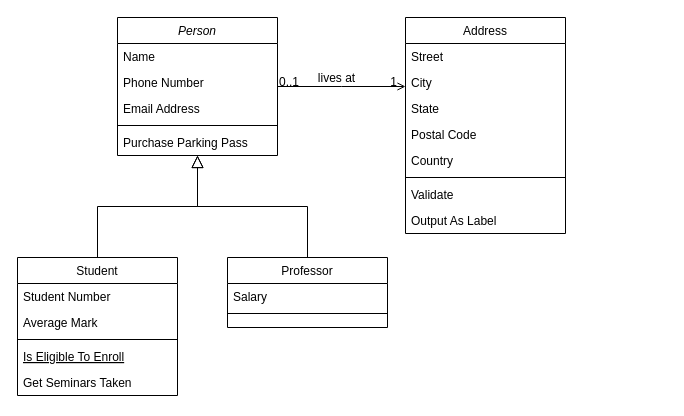
This is Untitled Diagram.drawio from NemoNology/OOP_ADT_Notebook_BAS, a draw.io file, before an edit. Source tidied: cells renumbered, new cells numbered last; positions are measured from the earlier drawing's top-left corner, leaving out a move shared by most shapes. Both pictures are drawn from the tidied source at 100%, with x=0, y=0 at pixel (17, 17).
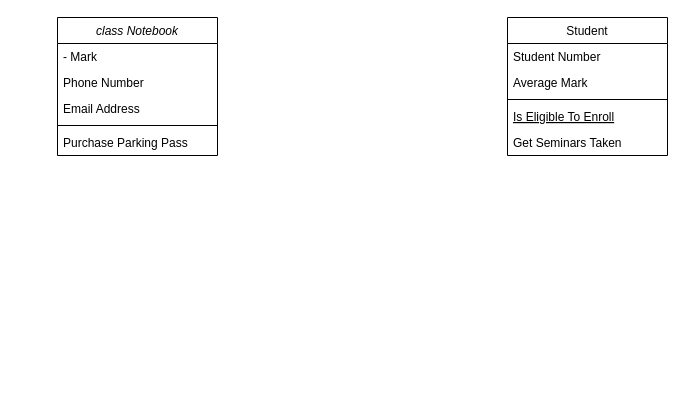
The same page after the edit.

What changed in the source:
```diff
@@
-    <mxCell id="2" value="Person" style="swimlane;fontStyle=2;align=center;verticalAlign=top;horizontal=1;startSize=26;rounded=0;shadow=0;strokeWidth=1;" parent="1" vertex="1">
-      <mxGeometry x="100" width="160" height="138" as="geometry" />
+    <mxCell id="2" value="class Notebook&#10;" style="swimlane;fontStyle=2;align=center;verticalAlign=top;horizontal=1;startSize=26;rounded=0;shadow=0;strokeWidth=1;fontColor=default;fillColor=default;strokeColor=default;" parent="1" vertex="1">
+      <mxGeometry x="40" width="160" height="138" as="geometry" />
     </mxCell>
-    <mxCell id="3" value="Name" style="text;align=left;verticalAlign=top;spacingLeft=4;spacingRight=4;overflow=hidden;" parent="2" vertex="1">
+    <mxCell id="3" value="- Mark" style="text;align=left;verticalAlign=top;spacingLeft=4;spacingRight=4;overflow=hidden;fontColor=default;" parent="2" vertex="1">
       <mxGeometry y="26" width="160" height="26" as="geometry" />
     </mxCell>
@@
-    <mxCell id="8" value="Student" style="swimlane;fontStyle=0;align=center;verticalAlign=top;horizontal=1;startSize=26;rounded=0;shadow=0;strokeWidth=1;" parent="1" vertex="1">
-      <mxGeometry y="240" width="160" height="138" as="geometry" />
+    <mxCell id="8" value="Student" style="swimlane;fontStyle=0;align=center;verticalAlign=top;horizontal=1;startSize=26;rounded=0;shadow=0;strokeWidth=1;fillColor=default;strokeColor=default;fontColor=default;" parent="1" vertex="1">
+      <mxGeometry x="490" width="160" height="138" as="geometry" />
     </mxCell>
@@
-    <mxCell id="14" style="endArrow=block;endSize=10;endFill=0;shadow=0;strokeWidth=1;rounded=0;edgeStyle=elbowEdgeStyle;elbow=vertical;" parent="1" edge="1" source="8" target="2">
-      <mxGeometry relative="1" as="geometry" />
-    </mxCell>
-    <mxCell id="15" value="Professor" style="swimlane;fontStyle=0;align=center;verticalAlign=top;horizontal=1;startSize=26;rounded=0;shadow=0;strokeWidth=1;" parent="1" vertex="1">
-      <mxGeometry x="210" y="240" width="160" height="70" as="geometry" />
-    </mxCell>
-    <mxCell id="16" value="Salary" style="text;align=left;verticalAlign=top;spacingLeft=4;spacingRight=4;overflow=hidden;" parent="15" vertex="1">
-      <mxGeometry y="26" width="160" height="26" as="geometry" />
-    </mxCell>
-    <mxCell id="17" style="line;html=1;strokeWidth=1;align=left;verticalAlign=middle;spacingTop=-1;spacingLeft=3;spacingRight=3;labelPosition=right;" parent="15" vertex="1">
-      <mxGeometry y="52" width="160" height="8" as="geometry" />
-    </mxCell>
-    <mxCell id="18" style="endArrow=block;endSize=10;endFill=0;shadow=0;strokeWidth=1;rounded=0;edgeStyle=elbowEdgeStyle;elbow=vertical;" parent="1" edge="1" source="15" target="2">
-      <mxGeometry relative="1" as="geometry" />
-    </mxCell>
-    <mxCell id="19" value="Address" style="swimlane;fontStyle=0;align=center;verticalAlign=top;horizontal=1;startSize=26;rounded=0;shadow=0;strokeWidth=1;" parent="1" vertex="1">
-      <mxGeometry x="388" width="160" height="216" as="geometry" />
-    </mxCell>
-    <mxCell id="20" value="Street" style="text;align=left;verticalAlign=top;spacingLeft=4;spacingRight=4;overflow=hidden;" parent="19" vertex="1">
-      <mxGeometry y="26" width="160" height="26" as="geometry" />
-    </mxCell>
-    <mxCell id="21" value="City" style="text;align=left;verticalAlign=top;spacingLeft=4;spacingRight=4;overflow=hidden;rounded=0;shadow=0;html=0;" parent="19" vertex="1">
-      <mxGeometry y="52" width="160" height="26" as="geometry" />
-    </mxCell>
-    <mxCell id="22" value="State" style="text;align=left;verticalAlign=top;spacingLeft=4;spacingRight=4;overflow=hidden;rounded=0;shadow=0;html=0;" parent="19" vertex="1">
-      <mxGeometry y="78" width="160" height="26" as="geometry" />
-    </mxCell>
-    <mxCell id="23" value="Postal Code" style="text;align=left;verticalAlign=top;spacingLeft=4;spacingRight=4;overflow=hidden;rounded=0;shadow=0;html=0;" parent="19" vertex="1">
-      <mxGeometry y="104" width="160" height="26" as="geometry" />
-    </mxCell>
-    <mxCell id="24" value="Country" style="text;align=left;verticalAlign=top;spacingLeft=4;spacingRight=4;overflow=hidden;rounded=0;shadow=0;html=0;" parent="19" vertex="1">
-      <mxGeometry y="130" width="160" height="26" as="geometry" />
-    </mxCell>
-    <mxCell id="25" style="line;html=1;strokeWidth=1;align=left;verticalAlign=middle;spacingTop=-1;spacingLeft=3;spacingRight=3;labelPosition=right;" parent="19" vertex="1">
-      <mxGeometry y="156" width="160" height="8" as="geometry" />
-    </mxCell>
-    <mxCell id="26" value="Validate" style="text;align=left;verticalAlign=top;spacingLeft=4;spacingRight=4;overflow=hidden;" parent="19" vertex="1">
-      <mxGeometry y="164" width="160" height="26" as="geometry" />
-    </mxCell>
-    <mxCell id="27" value="Output As Label" style="text;align=left;verticalAlign=top;spacingLeft=4;spacingRight=4;overflow=hidden;" parent="19" vertex="1">
-      <mxGeometry y="190" width="160" height="26" as="geometry" />
-    </mxCell>
-    <mxCell id="28" style="endArrow=open;shadow=0;strokeWidth=1;rounded=0;endFill=1;edgeStyle=elbowEdgeStyle;elbow=vertical;" parent="1" edge="1" source="2" target="19">
-      <mxGeometry x="0.5" y="41" relative="1" as="geometry">
-        <mxPoint x="-40" y="32" as="offset" />
-      </mxGeometry>
-    </mxCell>
-    <mxCell id="29" value="0..1" style="align=left;verticalAlign=bottom;labelBackgroundColor=none;fontSize=12;" parent="28" vertex="1">
-      <mxGeometry x="-1" relative="1" as="geometry">
-        <mxPoint y="4" as="offset" />
-      </mxGeometry>
-    </mxCell>
-    <mxCell id="30" value="1" style="align=right;verticalAlign=bottom;labelBackgroundColor=none;fontSize=12;" parent="28" vertex="1">
-      <mxGeometry x="1" relative="1" as="geometry">
-        <mxPoint x="-7" y="4" as="offset" />
-      </mxGeometry>
-    </mxCell>
-    <mxCell id="31" value="lives at" style="text;html=1;align=center;verticalAlign=middle;labelBackgroundColor=none;rounded=0;shadow=0;strokeWidth=1;fontSize=12;" parent="28" vertex="1">
-      <mxGeometry x="0.5" y="49" relative="1" as="geometry">
-        <mxPoint x="-38" y="40" as="offset" />
-      </mxGeometry>
-    </mxCell>
```
